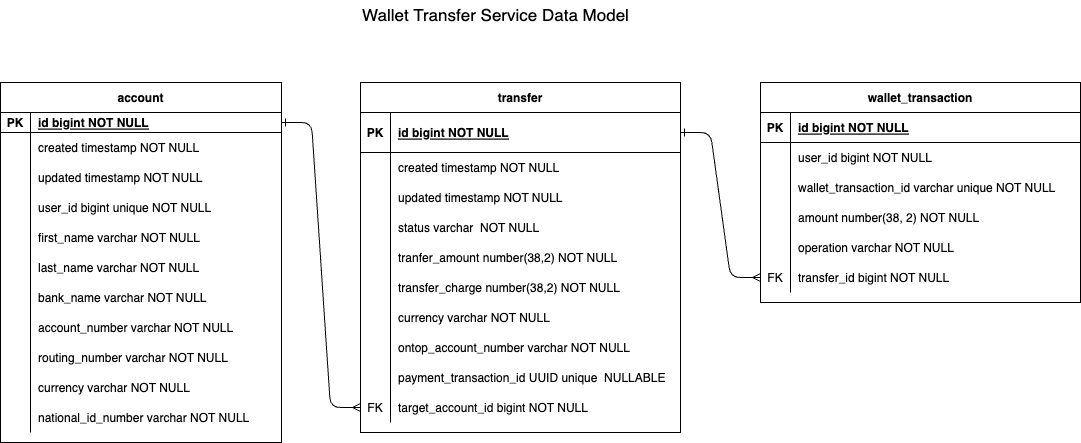
Earlier version of the draw.io export docs/data-model.png (Euchigere/wallet-transaction-service). Source tidied: cells renumbered, new cells last; positions are measured from the earlier drawing's top-left corner, leaving out a move shared by most shapes.
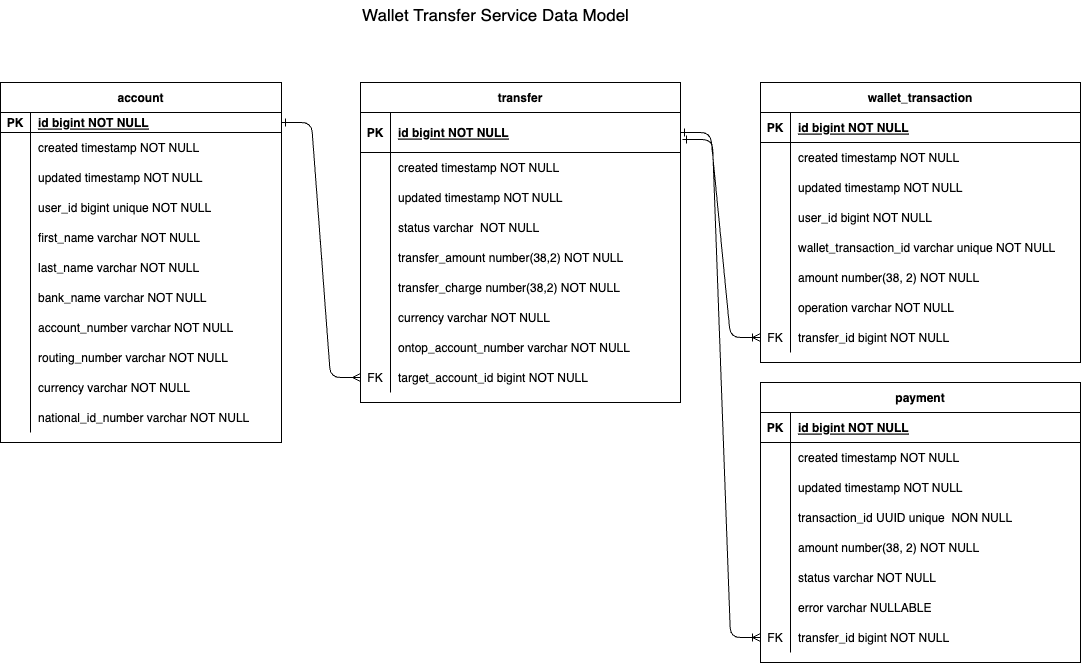
After the change.

The edit, as a diff of the source:
```diff
@@ -105,7 +105,7 @@
       <mxGeometry x="30" width="251" height="30" as="geometry" />
     </mxCell>
     <mxCell id="36" value="wallet_transaction" style="shape=table;startSize=30;rowLines=0;fontStyle=1;align=center;" parent="1" vertex="1">
-      <mxGeometry x="760" y="82" width="320" height="220" as="geometry" />
+      <mxGeometry x="760" y="82" width="320" height="280" as="geometry" />
     </mxCell>
     <mxCell id="37" style="shape=partialRectangle;fillColor=none;top=0;left=0;right=0;bottom=1;" parent="36" vertex="1">
       <mxGeometry y="30" width="320" height="30" as="geometry" />
@@ -116,8 +116,26 @@
     <mxCell id="39" value="id bigint NOT NULL " style="shape=partialRectangle;overflow=hidden;fillColor=none;top=0;left=0;bottom=0;right=0;align=left;spacingLeft=6;fontStyle=5;" parent="37" vertex="1">
       <mxGeometry x="30" width="290" height="30" as="geometry" />
     </mxCell>
+    <mxCell id="89" style="shape=partialRectangle;fillColor=none;top=0;left=0;right=0;bottom=0;" parent="36" vertex="1">
+      <mxGeometry y="60" width="320" height="30" as="geometry" />
+    </mxCell>
+    <mxCell id="90" style="shape=partialRectangle;overflow=hidden;fillColor=none;top=0;left=0;bottom=0;right=0;" parent="89" vertex="1">
+      <mxGeometry width="30" height="30" as="geometry" />
+    </mxCell>
+    <mxCell id="91" value="created timestamp NOT NULL" style="shape=partialRectangle;overflow=hidden;fillColor=none;top=0;left=0;bottom=0;right=0;align=left;spacingLeft=6;" parent="89" vertex="1">
+      <mxGeometry x="30" width="290" height="30" as="geometry" />
+    </mxCell>
+    <mxCell id="92" style="shape=partialRectangle;fillColor=none;top=0;left=0;right=0;bottom=0;" parent="36" vertex="1">
+      <mxGeometry y="90" width="320" height="30" as="geometry" />
+    </mxCell>
+    <mxCell id="93" style="shape=partialRectangle;overflow=hidden;fillColor=none;top=0;left=0;bottom=0;right=0;" parent="92" vertex="1">
+      <mxGeometry width="30" height="30" as="geometry" />
+    </mxCell>
+    <mxCell id="94" value="updated timestamp NOT NULL" style="shape=partialRectangle;overflow=hidden;fillColor=none;top=0;left=0;bottom=0;right=0;align=left;spacingLeft=6;" parent="92" vertex="1">
+      <mxGeometry x="30" width="290" height="30" as="geometry" />
+    </mxCell>
     <mxCell id="40" style="shape=partialRectangle;fillColor=none;top=0;left=0;right=0;bottom=0;" parent="36" vertex="1">
-      <mxGeometry y="60" width="320" height="30" as="geometry" />
+      <mxGeometry y="120" width="320" height="30" as="geometry" />
     </mxCell>
     <mxCell id="41" style="shape=partialRectangle;overflow=hidden;fillColor=none;top=0;left=0;bottom=0;right=0;" parent="40" vertex="1">
       <mxGeometry width="30" height="30" as="geometry" />
@@ -126,7 +144,7 @@
       <mxGeometry x="30" width="290" height="30" as="geometry" />
     </mxCell>
     <mxCell id="43" style="shape=partialRectangle;fillColor=none;top=0;left=0;right=0;bottom=0;" parent="36" vertex="1">
-      <mxGeometry y="90" width="320" height="30" as="geometry" />
+      <mxGeometry y="150" width="320" height="30" as="geometry" />
     </mxCell>
     <mxCell id="44" style="shape=partialRectangle;overflow=hidden;fillColor=none;top=0;left=0;bottom=0;right=0;" parent="43" vertex="1">
       <mxGeometry width="30" height="30" as="geometry" />
@@ -135,7 +153,7 @@
       <mxGeometry x="30" width="290" height="30" as="geometry" />
     </mxCell>
     <mxCell id="46" style="shape=partialRectangle;fillColor=none;top=0;left=0;right=0;bottom=0;" parent="36" vertex="1">
-      <mxGeometry y="120" width="320" height="30" as="geometry" />
+      <mxGeometry y="180" width="320" height="30" as="geometry" />
     </mxCell>
     <mxCell id="47" style="shape=partialRectangle;overflow=hidden;fillColor=none;top=0;left=0;bottom=0;right=0;" parent="46" vertex="1">
       <mxGeometry width="30" height="30" as="geometry" />
@@ -144,7 +162,7 @@
       <mxGeometry x="30" width="290" height="30" as="geometry" />
     </mxCell>
     <mxCell id="49" style="shape=partialRectangle;fillColor=none;top=0;left=0;right=0;bottom=0;" parent="36" vertex="1">
-      <mxGeometry y="150" width="320" height="30" as="geometry" />
+      <mxGeometry y="210" width="320" height="30" as="geometry" />
     </mxCell>
     <mxCell id="50" style="shape=partialRectangle;overflow=hidden;fillColor=none;top=0;left=0;bottom=0;right=0;" parent="49" vertex="1">
       <mxGeometry width="30" height="30" as="geometry" />
@@ -153,7 +171,7 @@
       <mxGeometry x="30" width="290" height="30" as="geometry" />
     </mxCell>
     <mxCell id="52" style="shape=partialRectangle;fillColor=none;points=[[0,0.5],[1,0.5]];portConstraint=eastwest;top=0;left=0;right=0;bottom=0;" parent="36" vertex="1">
-      <mxGeometry y="180" width="320" height="30" as="geometry" />
+      <mxGeometry y="240" width="320" height="30" as="geometry" />
     </mxCell>
     <mxCell id="53" value="FK" style="shape=partialRectangle;overflow=hidden;fillColor=none;top=0;left=0;bottom=0;right=0;" parent="52" vertex="1">
       <mxGeometry width="30" height="30" as="geometry" />
@@ -162,7 +180,7 @@
       <mxGeometry x="30" width="290" height="30" as="geometry" />
     </mxCell>
     <mxCell id="55" value="transfer" style="shape=table;startSize=30;rowLines=0;fontStyle=1;align=center;" parent="1" vertex="1">
-      <mxGeometry x="360" y="82" width="320" height="350" as="geometry" />
+      <mxGeometry x="360" y="82" width="320" height="320" as="geometry" />
     </mxCell>
     <mxCell id="56" style="shape=partialRectangle;fillColor=none;points=[[0,0.5],[1,0.5]];portConstraint=eastwest;top=0;left=0;right=0;bottom=1;" parent="55" vertex="1">
       <mxGeometry y="30" width="320" height="40" as="geometry" />
@@ -206,7 +224,7 @@
     <mxCell id="69" style="shape=partialRectangle;overflow=hidden;fillColor=none;top=0;left=0;bottom=0;right=0;" parent="68" vertex="1">
       <mxGeometry width="30" height="30" as="geometry" />
     </mxCell>
-    <mxCell id="70" value="tranfer_amount number(38,2) NOT NULL" style="shape=partialRectangle;overflow=hidden;fillColor=none;top=0;left=0;bottom=0;right=0;align=left;spacingLeft=6;" parent="68" vertex="1">
+    <mxCell id="70" value="transfer_amount number(38,2) NOT NULL" style="shape=partialRectangle;overflow=hidden;fillColor=none;top=0;left=0;bottom=0;right=0;align=left;spacingLeft=6;" parent="68" vertex="1">
       <mxGeometry x="30" width="290" height="30" as="geometry" />
     </mxCell>
     <mxCell id="71" style="shape=partialRectangle;fillColor=none;top=0;left=0;right=0;bottom=0;" parent="55" vertex="1">
@@ -236,17 +254,8 @@
     <mxCell id="79" value="ontop_account_number varchar NOT NULL" style="shape=partialRectangle;overflow=hidden;fillColor=none;top=0;left=0;bottom=0;right=0;align=left;spacingLeft=6;" parent="77" vertex="1">
       <mxGeometry x="30" width="290" height="30" as="geometry" />
     </mxCell>
-    <mxCell id="80" style="shape=partialRectangle;fillColor=none;top=0;left=0;right=0;bottom=0;" parent="55" vertex="1">
-      <mxGeometry y="280" width="320" height="30" as="geometry" />
-    </mxCell>
-    <mxCell id="81" style="shape=partialRectangle;overflow=hidden;fillColor=none;top=0;left=0;bottom=0;right=0;" parent="80" vertex="1">
-      <mxGeometry width="30" height="30" as="geometry" />
-    </mxCell>
-    <mxCell id="82" value="payment_transaction_id UUID unique  NULLABLE" style="shape=partialRectangle;overflow=hidden;fillColor=none;top=0;left=0;bottom=0;right=0;align=left;spacingLeft=6;" parent="80" vertex="1">
-      <mxGeometry x="30" width="290" height="30" as="geometry" />
-    </mxCell>
     <mxCell id="83" style="shape=partialRectangle;fillColor=none;points=[[0,0.5],[1,0.5]];portConstraint=eastwest;top=0;left=0;right=0;bottom=0;" parent="55" vertex="1">
-      <mxGeometry y="310" width="320" height="30" as="geometry" />
+      <mxGeometry y="280" width="320" height="30" as="geometry" />
     </mxCell>
     <mxCell id="84" value="FK" style="shape=partialRectangle;overflow=hidden;fillColor=none;top=0;left=0;bottom=0;right=0;" parent="83" vertex="1">
       <mxGeometry width="30" height="30" as="geometry" />
@@ -257,11 +266,89 @@
     <mxCell id="86" style="edgeStyle=entityRelationEdgeStyle;rounded=1;jettySize=auto;html=1;exitX=1;exitY=0.5;exitDx=0;exitDy=0;entryX=0;entryY=0.5;entryDx=0;entryDy=0;startArrow=ERone;startFill=0;endArrow=ERmany;endFill=0;" parent="1" edge="1" source="3" target="83">
       <mxGeometry relative="1" as="geometry" />
     </mxCell>
-    <mxCell id="87" style="edgeStyle=entityRelationEdgeStyle;rounded=1;jettySize=auto;html=1;exitX=1;exitY=0.5;exitDx=0;exitDy=0;entryX=0;entryY=0.5;entryDx=0;entryDy=0;startArrow=ERone;startFill=0;endArrow=ERmany;endFill=0;" parent="1" edge="1" source="56" target="52">
+    <mxCell id="87" style="edgeStyle=entityRelationEdgeStyle;rounded=1;jettySize=auto;html=1;exitX=1;exitY=0.5;exitDx=0;exitDy=0;entryX=0;entryY=0.5;entryDx=0;entryDy=0;startArrow=ERone;startFill=0;endArrow=ERoneToMany;endFill=0;" parent="1" edge="1" source="56" target="52">
       <mxGeometry relative="1" as="geometry" />
     </mxCell>
     <mxCell id="88" value="&lt;font style=&quot;font-size: 17px;&quot;&gt;Wallet Transfer Service Data Model&lt;/font&gt;" style="text;html=1;align=center;verticalAlign=middle;strokeColor=none;fillColor=none;" parent="1" vertex="1">
       <mxGeometry x="350" width="290" height="30" as="geometry" />
     </mxCell>
+    <mxCell id="95" value="payment" style="shape=table;startSize=30;rowLines=0;fontStyle=1;align=center;" parent="1" vertex="1">
+      <mxGeometry x="760" y="382" width="320" height="280" as="geometry" />
+    </mxCell>
+    <mxCell id="96" style="shape=partialRectangle;fillColor=none;top=0;left=0;right=0;bottom=1;" parent="95" vertex="1">
+      <mxGeometry y="30" width="320" height="30" as="geometry" />
+    </mxCell>
+    <mxCell id="97" value="PK" style="shape=partialRectangle;overflow=hidden;fillColor=none;top=0;left=0;bottom=0;right=0;fontStyle=1;" parent="96" vertex="1">
+      <mxGeometry width="30" height="30" as="geometry" />
+    </mxCell>
+    <mxCell id="98" value="id bigint NOT NULL " style="shape=partialRectangle;overflow=hidden;fillColor=none;top=0;left=0;bottom=0;right=0;align=left;spacingLeft=6;fontStyle=5;" parent="96" vertex="1">
+      <mxGeometry x="30" width="290" height="30" as="geometry" />
+    </mxCell>
+    <mxCell id="99" style="shape=partialRectangle;fillColor=none;top=0;left=0;right=0;bottom=0;" parent="95" vertex="1">
+      <mxGeometry y="60" width="320" height="30" as="geometry" />
+    </mxCell>
+    <mxCell id="100" style="shape=partialRectangle;overflow=hidden;fillColor=none;top=0;left=0;bottom=0;right=0;" parent="99" vertex="1">
+      <mxGeometry width="30" height="30" as="geometry" />
+    </mxCell>
+    <mxCell id="101" value="created timestamp NOT NULL" style="shape=partialRectangle;overflow=hidden;fillColor=none;top=0;left=0;bottom=0;right=0;align=left;spacingLeft=6;" parent="99" vertex="1">
+      <mxGeometry x="30" width="290" height="30" as="geometry" />
+    </mxCell>
+    <mxCell id="102" style="shape=partialRectangle;fillColor=none;top=0;left=0;right=0;bottom=0;" parent="95" vertex="1">
+      <mxGeometry y="90" width="320" height="30" as="geometry" />
+    </mxCell>
+    <mxCell id="103" style="shape=partialRectangle;overflow=hidden;fillColor=none;top=0;left=0;bottom=0;right=0;" parent="102" vertex="1">
+      <mxGeometry width="30" height="30" as="geometry" />
+    </mxCell>
+    <mxCell id="104" value="updated timestamp NOT NULL" style="shape=partialRectangle;overflow=hidden;fillColor=none;top=0;left=0;bottom=0;right=0;align=left;spacingLeft=6;" parent="102" vertex="1">
+      <mxGeometry x="30" width="290" height="30" as="geometry" />
+    </mxCell>
+    <mxCell id="105" style="shape=partialRectangle;fillColor=none;top=0;left=0;right=0;bottom=0;" parent="95" vertex="1">
+      <mxGeometry y="120" width="320" height="30" as="geometry" />
+    </mxCell>
+    <mxCell id="106" style="shape=partialRectangle;overflow=hidden;fillColor=none;top=0;left=0;bottom=0;right=0;" parent="105" vertex="1">
+      <mxGeometry width="30" height="30" as="geometry" />
+    </mxCell>
+    <mxCell id="107" value="transaction_id UUID unique  NON NULL" style="shape=partialRectangle;overflow=hidden;fillColor=none;top=0;left=0;bottom=0;right=0;align=left;spacingLeft=6;" parent="105" vertex="1">
+      <mxGeometry x="30" width="290" height="30" as="geometry" />
+    </mxCell>
+    <mxCell id="108" style="shape=partialRectangle;fillColor=none;top=0;left=0;right=0;bottom=0;" parent="95" vertex="1">
+      <mxGeometry y="150" width="320" height="30" as="geometry" />
+    </mxCell>
+    <mxCell id="109" style="shape=partialRectangle;overflow=hidden;fillColor=none;top=0;left=0;bottom=0;right=0;" parent="108" vertex="1">
+      <mxGeometry width="30" height="30" as="geometry" />
+    </mxCell>
+    <mxCell id="110" value="amount number(38, 2) NOT NULL" style="shape=partialRectangle;overflow=hidden;fillColor=none;top=0;left=0;bottom=0;right=0;align=left;spacingLeft=6;" parent="108" vertex="1">
+      <mxGeometry x="30" width="290" height="30" as="geometry" />
+    </mxCell>
+    <mxCell id="111" style="shape=partialRectangle;fillColor=none;top=0;left=0;right=0;bottom=0;" parent="95" vertex="1">
+      <mxGeometry y="180" width="320" height="30" as="geometry" />
+    </mxCell>
+    <mxCell id="112" style="shape=partialRectangle;overflow=hidden;fillColor=none;top=0;left=0;bottom=0;right=0;" parent="111" vertex="1">
+      <mxGeometry width="30" height="30" as="geometry" />
+    </mxCell>
+    <mxCell id="113" value="status varchar NOT NULL" style="shape=partialRectangle;overflow=hidden;fillColor=none;top=0;left=0;bottom=0;right=0;align=left;spacingLeft=6;" parent="111" vertex="1">
+      <mxGeometry x="30" width="290" height="30" as="geometry" />
+    </mxCell>
+    <mxCell id="114" style="shape=partialRectangle;fillColor=none;top=0;left=0;right=0;bottom=0;" parent="95" vertex="1">
+      <mxGeometry y="210" width="320" height="30" as="geometry" />
+    </mxCell>
+    <mxCell id="115" style="shape=partialRectangle;overflow=hidden;fillColor=none;top=0;left=0;bottom=0;right=0;" parent="114" vertex="1">
+      <mxGeometry width="30" height="30" as="geometry" />
+    </mxCell>
+    <mxCell id="116" value="error varchar NULLABLE" style="shape=partialRectangle;overflow=hidden;fillColor=none;top=0;left=0;bottom=0;right=0;align=left;spacingLeft=6;" parent="114" vertex="1">
+      <mxGeometry x="30" width="290" height="30" as="geometry" />
+    </mxCell>
+    <mxCell id="117" style="shape=partialRectangle;fillColor=none;points=[[0,0.5],[1,0.5]];portConstraint=eastwest;top=0;left=0;right=0;bottom=0;" parent="95" vertex="1">
+      <mxGeometry y="240" width="320" height="30" as="geometry" />
+    </mxCell>
+    <mxCell id="118" value="FK" style="shape=partialRectangle;overflow=hidden;fillColor=none;top=0;left=0;bottom=0;right=0;" parent="117" vertex="1">
+      <mxGeometry width="30" height="30" as="geometry" />
+    </mxCell>
+    <mxCell id="119" value="transfer_id bigint NOT NULL" style="shape=partialRectangle;overflow=hidden;fillColor=none;top=0;left=0;bottom=0;right=0;align=left;spacingLeft=6;" parent="117" vertex="1">
+      <mxGeometry x="30" width="290" height="30" as="geometry" />
+    </mxCell>
+    <mxCell id="120" style="edgeStyle=entityRelationEdgeStyle;rounded=1;jettySize=auto;html=1;entryX=1.006;entryY=0.675;entryDx=0;entryDy=0;entryPerimeter=0;startArrow=ERoneToMany;startFill=0;endArrow=ERone;endFill=0;" parent="1" edge="1" source="117" target="56">
+      <mxGeometry relative="1" as="geometry" />
+    </mxCell>
   </root>
 </mxGraphModel>
```
